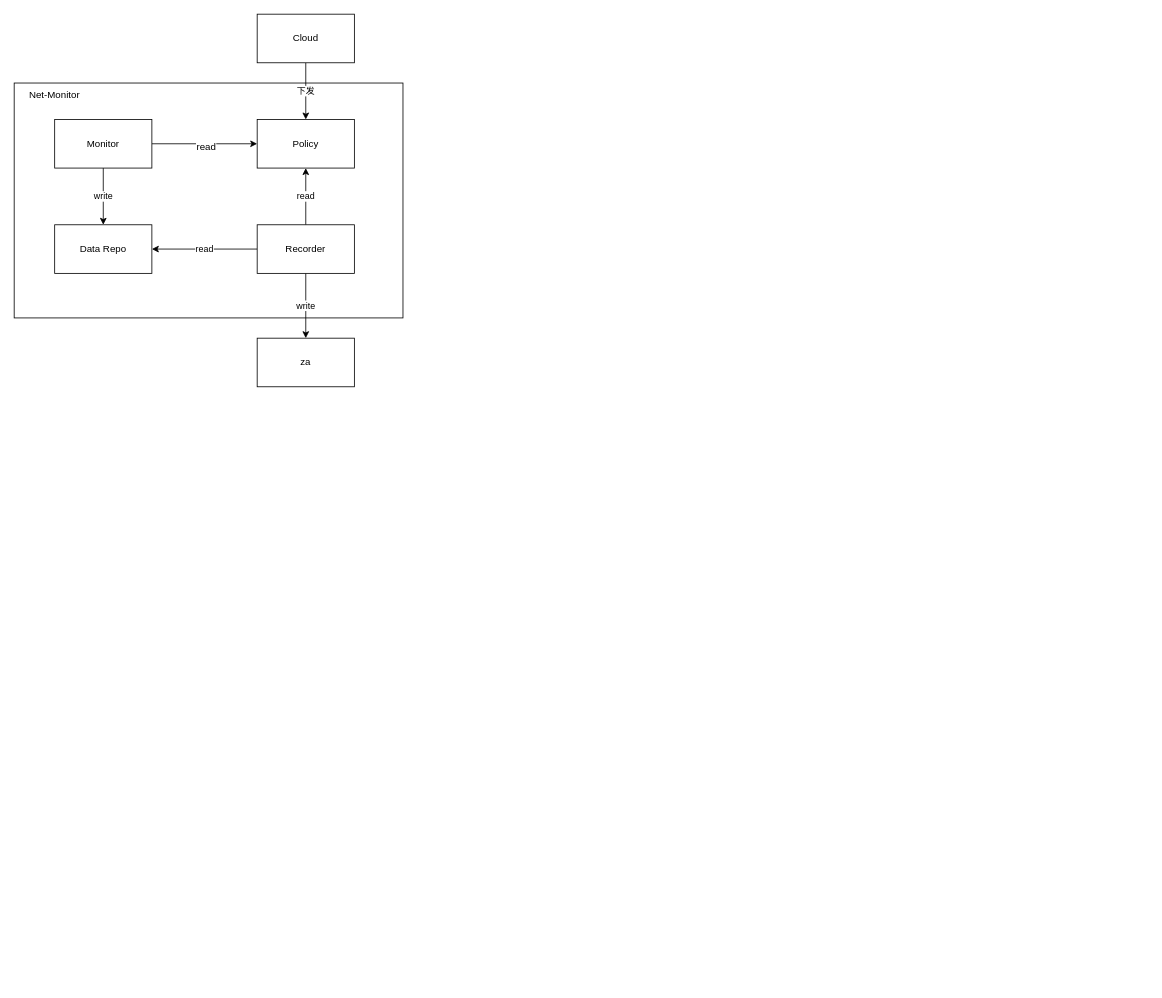
The draw.io diagram okhttp_monitor.drawio in CreateChance/DrawIO, before the edit. Source tidied: cells renumbered, new cells numbered last; positions are measured from the earlier drawing's top-left corner, leaving out a move shared by most shapes. Both pictures are drawn from the tidied source at 81%, with x=0, y=0 at pixel (14, 14).
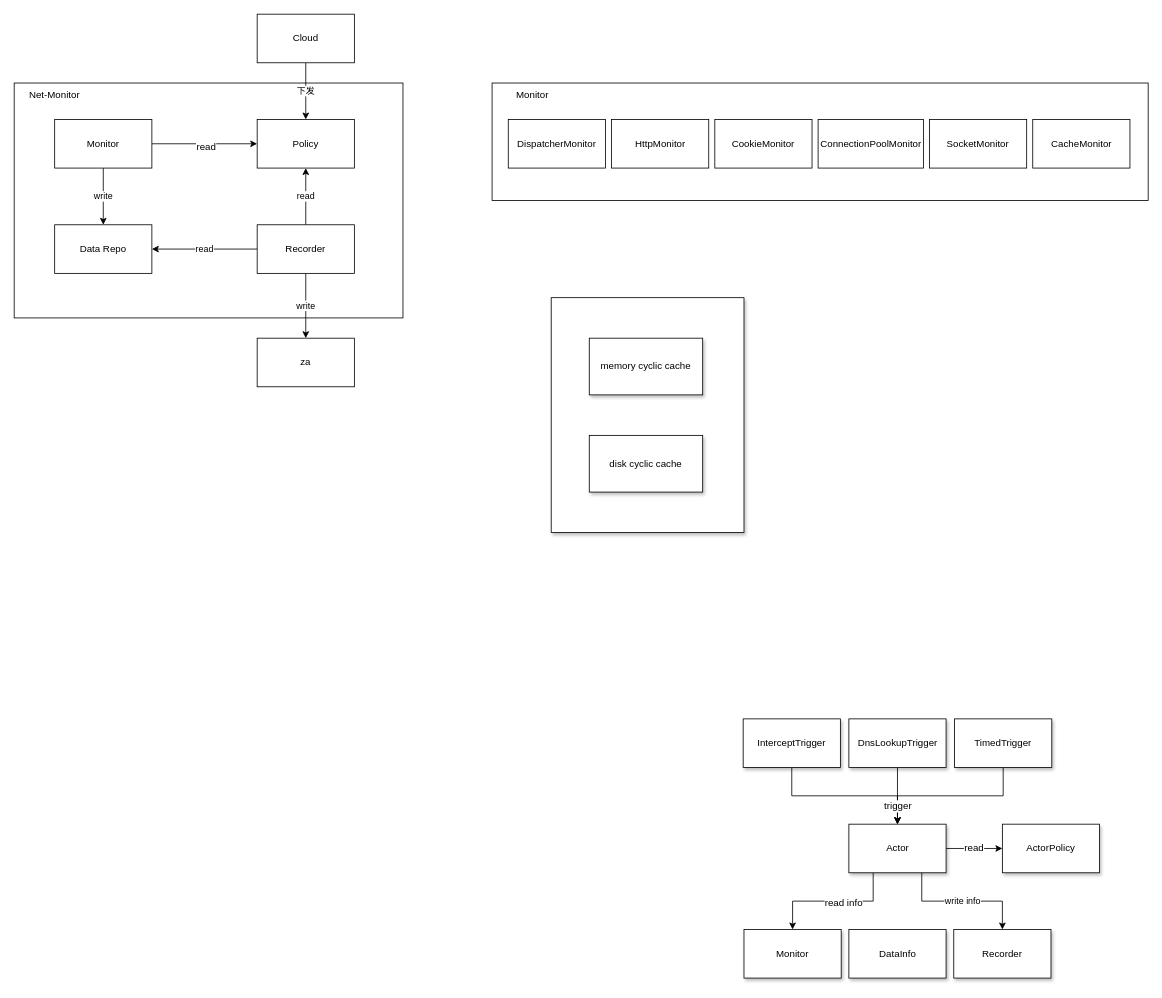
After the change.

The edit, as a diff of the source:
```diff
@@
+    <mxCell id="17" style="rounded=0;whiteSpace=wrap;html=1;shadow=1;" parent="1" vertex="1">
+      <mxGeometry x="663" y="350" width="238" height="290" as="geometry" />
+    </mxCell>
+    <mxCell id="18" style="rounded=0;whiteSpace=wrap;html=1;" parent="1" vertex="1">
+      <mxGeometry x="590" y="85" width="810" height="145" as="geometry" />
+    </mxCell>
@@
+    <mxCell id="19" value="&lt;span&gt;DispatcherMonitor&lt;/span&gt;" style="rounded=0;whiteSpace=wrap;html=1;" parent="1" vertex="1">
+      <mxGeometry x="610" y="130" width="120" height="60" as="geometry" />
+    </mxCell>
+    <mxCell id="20" value="&lt;span&gt;ConnectionPoolMonitor&lt;/span&gt;" style="rounded=0;whiteSpace=wrap;html=1;" parent="1" vertex="1">
+      <mxGeometry x="992.5" y="130" width="130" height="60" as="geometry" />
+    </mxCell>
+    <mxCell id="21" value="&lt;span&gt;HttpMonitor&lt;/span&gt;" style="rounded=0;whiteSpace=wrap;html=1;" parent="1" vertex="1">
+      <mxGeometry x="737.5" y="130" width="120" height="60" as="geometry" />
+    </mxCell>
+    <mxCell id="22" value="&lt;span&gt;CookieMonitor&lt;/span&gt;" style="rounded=0;whiteSpace=wrap;html=1;" parent="1" vertex="1">
+      <mxGeometry x="865" y="130" width="120" height="60" as="geometry" />
+    </mxCell>
+    <mxCell id="23" value="&lt;span&gt;CacheMonitor&lt;/span&gt;" style="rounded=0;whiteSpace=wrap;html=1;" parent="1" vertex="1">
+      <mxGeometry x="1257.5" y="130" width="120" height="60" as="geometry" />
+    </mxCell>
+    <mxCell id="24" value="&lt;span&gt;SocketMonitor&lt;/span&gt;" style="rounded=0;whiteSpace=wrap;html=1;" parent="1" vertex="1">
+      <mxGeometry x="1130" y="130" width="120" height="60" as="geometry" />
+    </mxCell>
+    <mxCell id="25" value="Monitor" style="text;html=1;strokeColor=none;fillColor=none;align=center;verticalAlign=middle;whiteSpace=wrap;rounded=0;" parent="1" vertex="1">
+      <mxGeometry x="620" y="90" width="40" height="20" as="geometry" />
+    </mxCell>
+    <mxCell id="26" value="memory cyclic cache" style="rounded=0;whiteSpace=wrap;html=1;shadow=1;" parent="1" vertex="1">
+      <mxGeometry x="710" y="400" width="140" height="70" as="geometry" />
+    </mxCell>
+    <mxCell id="27" value="&lt;span&gt;disk cyclic cache&lt;/span&gt;" style="rounded=0;whiteSpace=wrap;html=1;shadow=1;" parent="1" vertex="1">
+      <mxGeometry x="710" y="520" width="140" height="70" as="geometry" />
+    </mxCell>
+    <mxCell id="28" style="edgeStyle=orthogonalEdgeStyle;rounded=0;jettySize=auto;html=1;exitX=1;exitY=0.5;exitDx=0;exitDy=0;" parent="1" edge="1" source="33" target="37">
+      <mxGeometry relative="1" as="geometry" />
+    </mxCell>
+    <mxCell id="29" value="read" style="text;html=1;align=center;verticalAlign=middle;labelBackgroundColor=#ffffff;" parent="28" vertex="1">
+      <mxGeometry x="0.25" y="1" relative="1" as="geometry">
+        <mxPoint x="-9" as="offset" />
+      </mxGeometry>
+    </mxCell>
+    <mxCell id="30" style="edgeStyle=orthogonalEdgeStyle;rounded=0;jettySize=auto;html=1;exitX=0.25;exitY=1;exitDx=0;exitDy=0;entryX=0.5;entryY=0;entryDx=0;entryDy=0;" parent="1" edge="1" source="33" target="34">
+      <mxGeometry relative="1" as="geometry" />
+    </mxCell>
+    <mxCell id="31" value="read info" style="text;html=1;align=center;verticalAlign=middle;labelBackgroundColor=#ffffff;" parent="30" vertex="1">
+      <mxGeometry x="-0.15" y="1" relative="1" as="geometry" />
+    </mxCell>
+    <mxCell id="32" value="write info" style="edgeStyle=orthogonalEdgeStyle;rounded=0;jettySize=auto;html=1;exitX=0.75;exitY=1;exitDx=0;exitDy=0;" parent="1" edge="1" source="33" target="35">
+      <mxGeometry relative="1" as="geometry" />
+    </mxCell>
+    <mxCell id="33" value="Actor" style="rounded=0;whiteSpace=wrap;html=1;shadow=1;" parent="1" vertex="1">
+      <mxGeometry x="1030.5" y="1000" width="120" height="60" as="geometry" />
+    </mxCell>
+    <mxCell id="34" value="Monitor" style="rounded=0;whiteSpace=wrap;html=1;shadow=1;" parent="1" vertex="1">
+      <mxGeometry x="901" y="1130" width="120" height="60" as="geometry" />
+    </mxCell>
+    <mxCell id="35" value="Recorder&lt;br&gt;" style="rounded=0;whiteSpace=wrap;html=1;shadow=1;" parent="1" vertex="1">
+      <mxGeometry x="1160" y="1130" width="120" height="60" as="geometry" />
+    </mxCell>
+    <mxCell id="36" value="DataInfo" style="rounded=0;whiteSpace=wrap;html=1;shadow=1;" parent="1" vertex="1">
+      <mxGeometry x="1030.5" y="1130" width="120" height="60" as="geometry" />
+    </mxCell>
+    <mxCell id="37" value="ActorPolicy" style="rounded=0;whiteSpace=wrap;html=1;shadow=1;" parent="1" vertex="1">
+      <mxGeometry x="1220" y="1000" width="120" height="60" as="geometry" />
+    </mxCell>
+    <mxCell id="38" style="edgeStyle=orthogonalEdgeStyle;rounded=0;jettySize=auto;html=1;exitX=0.5;exitY=1;exitDx=0;exitDy=0;" parent="1" edge="1" source="39" target="33">
+      <mxGeometry relative="1" as="geometry" />
+    </mxCell>
+    <mxCell id="39" value="InterceptTrigger" style="rounded=0;whiteSpace=wrap;html=1;shadow=1;" parent="1" vertex="1">
+      <mxGeometry x="900" y="870" width="120" height="60" as="geometry" />
+    </mxCell>
+    <mxCell id="40" style="edgeStyle=orthogonalEdgeStyle;rounded=0;jettySize=auto;html=1;exitX=0.5;exitY=1;exitDx=0;exitDy=0;entryX=0.5;entryY=0;entryDx=0;entryDy=0;" parent="1" edge="1" source="41" target="33">
+      <mxGeometry relative="1" as="geometry" />
+    </mxCell>
+    <mxCell id="41" value="DnsLookupTrigger" style="rounded=0;whiteSpace=wrap;html=1;shadow=1;" parent="1" vertex="1">
+      <mxGeometry x="1030.5" y="870" width="120" height="60" as="geometry" />
+    </mxCell>
+    <mxCell id="42" style="edgeStyle=orthogonalEdgeStyle;rounded=0;jettySize=auto;html=1;exitX=0.5;exitY=1;exitDx=0;exitDy=0;entryX=0.5;entryY=0;entryDx=0;entryDy=0;" parent="1" edge="1" source="44" target="33">
+      <mxGeometry relative="1" as="geometry" />
+    </mxCell>
+    <mxCell id="43" value="trigger" style="text;html=1;align=center;verticalAlign=middle;labelBackgroundColor=#ffffff;" parent="42" vertex="1">
+      <mxGeometry x="0.85" y="-2" relative="1" as="geometry">
+        <mxPoint x="1.5" y="-7" as="offset" />
+      </mxGeometry>
+    </mxCell>
+    <mxCell id="44" value="TimedTrigger" style="rounded=0;whiteSpace=wrap;html=1;shadow=1;" parent="1" vertex="1">
+      <mxGeometry x="1161" y="870" width="120" height="60" as="geometry" />
+    </mxCell>
```
